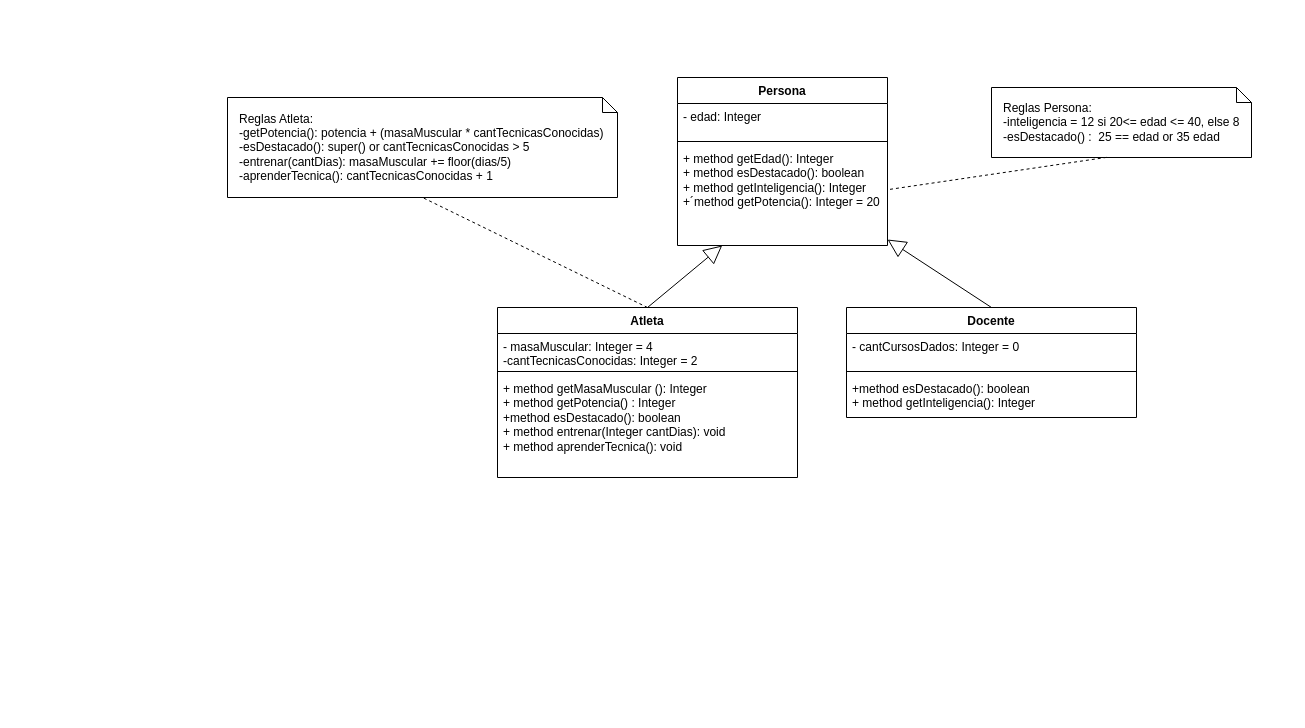
Earlier version of the draw.io diagram Objetos2/Diagrama sin título.drawio (Donnie-MS/DiagramasUML-BaseDeDatos-Objetos2). Source tidied: cells renumbered, new cells numbered last; positions are measured from the earlier drawing's top-left corner, leaving out a move shared by most shapes. Both pictures are drawn from the tidied source at 100%, with x=0, y=0 at pixel (227, 77).
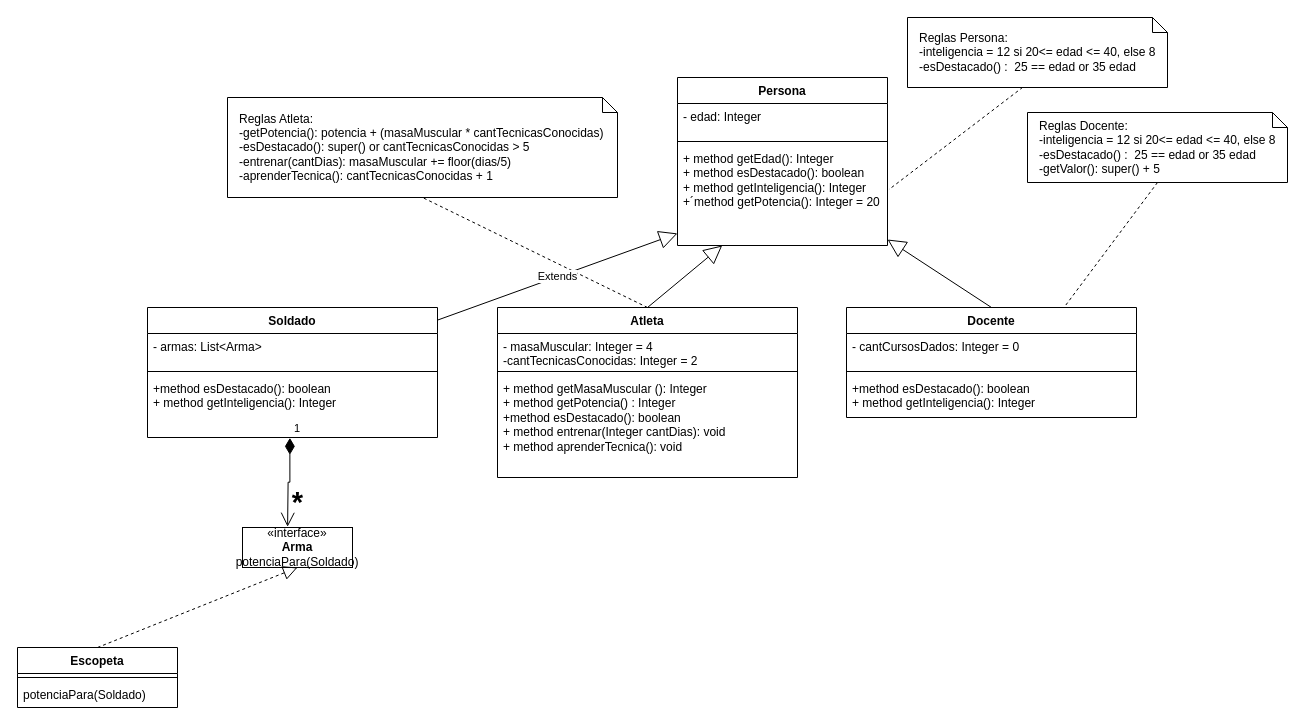
The same page after the edit.

The change refers to these unchanged cells:
```xml
<mxCell id="5" value="&lt;div&gt;+ method getEdad(): Integer&lt;/div&gt;&lt;div&gt;+ method esDestacado(): boolean&lt;/div&gt;&lt;div&gt;+ method getInteligencia(): Integer&lt;/div&gt;&lt;div&gt;+´method getPotencia(): Integer = 20&lt;/div&gt;" style="text;strokeColor=none;fillColor=none;align=left;verticalAlign=top;spacingLeft=4;spacingRight=4;overflow=hidden;points=[[0,0.5],[1,0.5]];portConstraint=eastwest;whiteSpace=wrap;html=1;" parent="2" vertex="1">
  <mxGeometry y="68" width="210" height="100" as="geometry" />
</mxCell>
<mxCell id="10" value="Docente" style="swimlane;fontStyle=1;align=center;verticalAlign=top;horizontal=1;startSize=26;whiteSpace=wrap;html=1;" parent="1" vertex="1">
  <mxGeometry x="619" y="230" width="290" height="110" as="geometry" />
</mxCell>
```

Diff of the diagram source:
```diff
@@
     <mxCell id="18" value="Reglas Persona:&lt;div&gt;-inteligencia = 12 si 20&amp;lt;= edad &amp;lt;= 40, else 8&lt;/div&gt;&lt;div&gt;-esDestacado() :&amp;nbsp; 25 == edad or 35 edad&lt;/div&gt;" style="shape=note;size=15;align=left;spacingLeft=10;html=1;whiteSpace=wrap;" parent="1" vertex="1">
-      <mxGeometry x="764" y="10" width="260" height="70" as="geometry" />
+      <mxGeometry x="680" y="-60" width="260" height="70" as="geometry" />
     </mxCell>
@@
+    <mxCell id="20" value="Reglas Docente:&lt;div&gt;-inteligencia = 12 si 20&amp;lt;= edad &amp;lt;= 40, else 8&lt;/div&gt;&lt;div&gt;-esDestacado() :&amp;nbsp; 25 == edad or 35 edad&lt;/div&gt;&lt;div&gt;-getValor(): super() + 5&amp;nbsp;&lt;/div&gt;" style="shape=note;size=15;align=left;spacingLeft=10;html=1;whiteSpace=wrap;" parent="1" vertex="1">
+      <mxGeometry x="800" y="35" width="260" height="70" as="geometry" />
+    </mxCell>
+    <mxCell id="21" style="endArrow=none;dashed=1;html=1;rounded=0;entryX=0.75;entryY=0;entryDx=0;entryDy=0;exitX=0.5;exitY=1;exitDx=0;exitDy=0;exitPerimeter=0;" parent="1" edge="1" source="20" target="10">
+      <mxGeometry relative="1" as="geometry" />
+    </mxCell>
+    <mxCell id="22" value="Extends" style="endArrow=block;endSize=16;endFill=0;html=1;rounded=0;" parent="1" edge="1" source="24" target="5">
+      <mxGeometry relative="1" as="geometry" />
+    </mxCell>
+    <mxCell id="23" style="endArrow=block;endSize=16;endFill=0;html=1;rounded=0;" parent="1" edge="1" target="24">
+      <mxGeometry relative="1" as="geometry">
+        <mxPoint x="130" y="240" as="sourcePoint" />
+      </mxGeometry>
+    </mxCell>
+    <mxCell id="24" value="Soldado" style="swimlane;fontStyle=1;align=center;verticalAlign=top;horizontal=1;startSize=26;whiteSpace=wrap;html=1;" parent="1" vertex="1">
+      <mxGeometry x="-80" y="230" width="290" height="130" as="geometry" />
+    </mxCell>
+    <mxCell id="25" value="&lt;div&gt;- armas: List&amp;lt;Arma&amp;gt;&lt;/div&gt;" style="text;strokeColor=none;fillColor=none;align=left;verticalAlign=top;spacingLeft=4;spacingRight=4;overflow=hidden;whiteSpace=wrap;html=1;" parent="24" vertex="1">
+      <mxGeometry y="26" width="290" height="34" as="geometry" />
+    </mxCell>
+    <mxCell id="26" style="line;strokeWidth=1;fillColor=none;align=left;verticalAlign=middle;spacingTop=-1;spacingLeft=3;spacingRight=3;labelPosition=right;strokeColor=inherit;" parent="24" vertex="1">
+      <mxGeometry y="60" width="290" height="8" as="geometry" />
+    </mxCell>
+    <mxCell id="27" value="&lt;div&gt;+method esDestacado(): boolean&lt;/div&gt;&lt;div&gt;&lt;span style=&quot;background-color: transparent; color: light-dark(rgb(0, 0, 0), rgb(255, 255, 255));&quot;&gt;+ method getInteligencia(): Integer&lt;/span&gt;&lt;/div&gt;&lt;div&gt;&lt;br&gt;&lt;/div&gt;" style="text;strokeColor=none;fillColor=none;align=left;verticalAlign=top;spacingLeft=4;spacingRight=4;overflow=hidden;points=[[0,0.5],[1,0.5]];portConstraint=eastwest;whiteSpace=wrap;html=1;" parent="24" vertex="1">
+      <mxGeometry y="68" width="290" height="62" as="geometry" />
+    </mxCell>
+    <mxCell id="28" value="1" style="endArrow=open;html=1;endSize=12;startArrow=diamondThin;startSize=14;startFill=1;edgeStyle=orthogonalEdgeStyle;align=left;verticalAlign=bottom;rounded=0;exitX=0.491;exitY=1.006;exitDx=0;exitDy=0;exitPerimeter=0;entryX=0.563;entryY=-0.012;entryDx=0;entryDy=0;entryPerimeter=0;" parent="1" edge="1" source="27">
+      <mxGeometry x="-1" y="3" relative="1" as="geometry">
+        <mxPoint x="60.1" y="449.3" as="targetPoint" />
+      </mxGeometry>
+    </mxCell>
+    <mxCell id="29" value="&lt;font style=&quot;font-size: 29px;&quot;&gt;*&lt;/font&gt;" style="text;align=center;fontStyle=1;verticalAlign=middle;spacingLeft=3;spacingRight=3;strokeColor=none;html=1;" parent="1" vertex="1">
+      <mxGeometry x="30" y="400" width="80" height="50" as="geometry" />
+    </mxCell>
+    <mxCell id="30" value="«interface»&lt;br&gt;&lt;b&gt;Arma&lt;/b&gt;&lt;div&gt;potenciaPara(Soldado)&lt;b&gt;&lt;/b&gt;&lt;/div&gt;" style="html=1;whiteSpace=wrap;" parent="1" vertex="1">
+      <mxGeometry x="15" y="450" width="110" height="40" as="geometry" />
+    </mxCell>
+    <mxCell id="31" value="Escopeta" style="swimlane;fontStyle=1;align=center;verticalAlign=top;horizontal=1;startSize=26;whiteSpace=wrap;html=1;" parent="1" vertex="1">
+      <mxGeometry x="-210" y="570" width="160" height="60" as="geometry" />
+    </mxCell>
+    <mxCell id="32" style="line;strokeWidth=1;fillColor=none;align=left;verticalAlign=middle;spacingTop=-1;spacingLeft=3;spacingRight=3;labelPosition=right;strokeColor=inherit;" parent="31" vertex="1">
+      <mxGeometry y="26" width="160" height="8" as="geometry" />
+    </mxCell>
+    <mxCell id="33" value="potenciaPara(Soldado)" style="text;strokeColor=none;fillColor=none;align=left;verticalAlign=top;spacingLeft=4;spacingRight=4;overflow=hidden;whiteSpace=wrap;html=1;" parent="31" vertex="1">
+      <mxGeometry y="34" width="160" height="26" as="geometry" />
+    </mxCell>
+    <mxCell id="34" style="endArrow=block;dashed=1;endFill=0;endSize=12;html=1;rounded=0;exitX=0.5;exitY=0;exitDx=0;exitDy=0;entryX=0.5;entryY=1;entryDx=0;entryDy=0;" parent="1" edge="1" source="31" target="30">
+      <mxGeometry relative="1" as="geometry" />
+    </mxCell>
```
